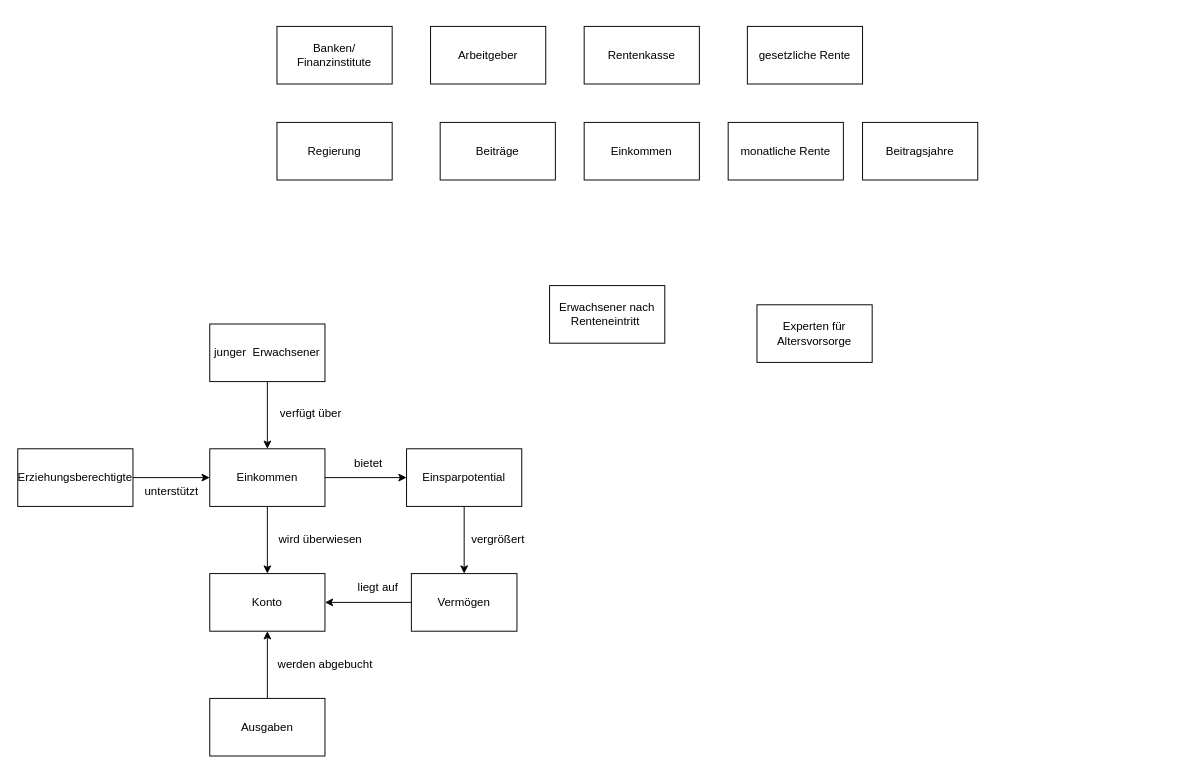
Above: page "Seite-1" (1 of 2) of Unbenanntes Diagramm.drawio in HendrikRunde/EPWS2324_Zellmann_Runde (draw.io), before the change. Source tidied: cells renumbered, new cells numbered last; positions are measured from the earlier drawing's top-left corner, leaving out a move shared by most shapes. Both pictures are drawn from the tidied source at 96%, with x=0, y=0 at pixel (17, 26).
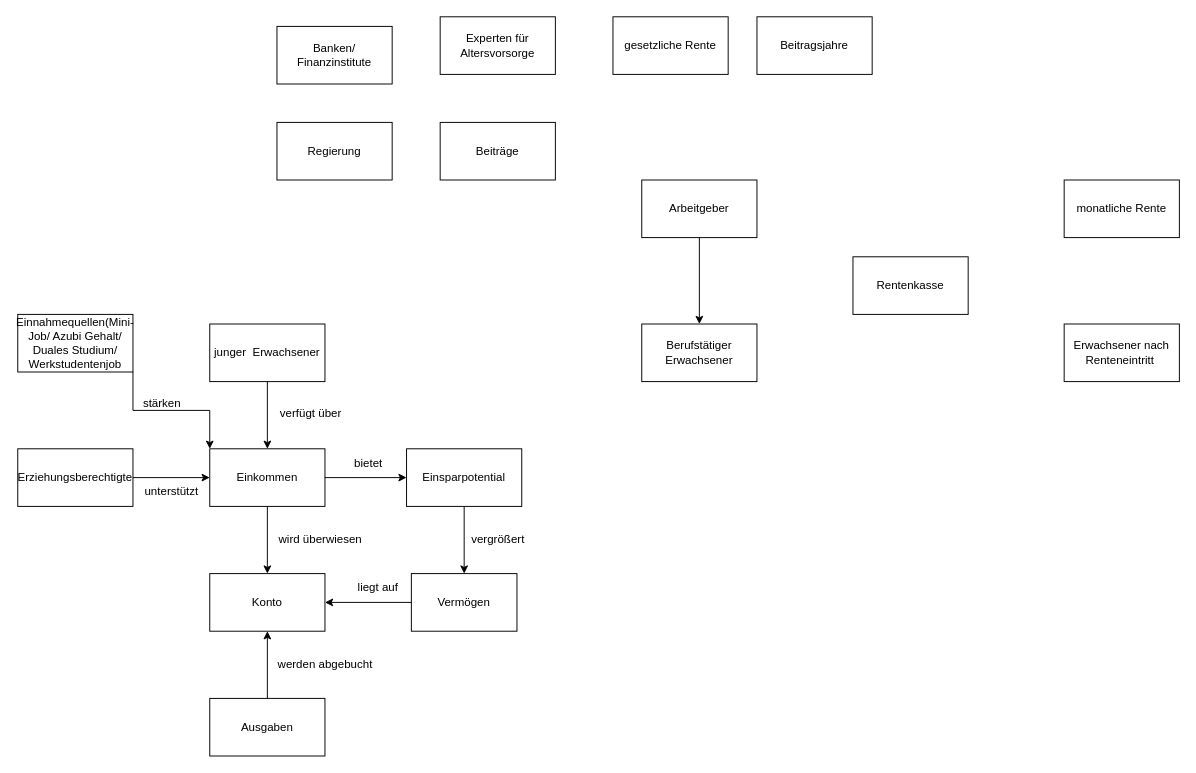
The same page after the edit.

The change refers to these unchanged cells:
```xml
<mxCell id="22" value="Einkommen" style="rounded=0;whiteSpace=wrap;html=1;" parent="1" vertex="1">
  <mxGeometry x="200" y="440" width="120" height="60" as="geometry" />
</mxCell>
```

The edit, as a diff of the source:
```diff
@@
+    <mxCell id="34" style="edgeStyle=orthogonalEdgeStyle;rounded=0;jettySize=auto;html=1;" parent="1" edge="1" source="5" target="35">
+      <mxGeometry relative="1" as="geometry" />
+    </mxCell>
     <mxCell id="5" value="Arbeitgeber" style="rounded=0;whiteSpace=wrap;html=1;" parent="1" vertex="1">
-      <mxGeometry x="430" width="120" height="60" as="geometry" />
+      <mxGeometry x="650" y="160" width="120" height="60" as="geometry" />
     </mxCell>
@@
     <mxCell id="7" value="gesetzliche Rente" style="rounded=0;whiteSpace=wrap;html=1;" parent="1" vertex="1">
-      <mxGeometry x="760" width="120" height="60" as="geometry" />
+      <mxGeometry x="620" y="-10" width="120" height="60" as="geometry" />
     </mxCell>
     <mxCell id="8" value="Rentenkasse" style="rounded=0;whiteSpace=wrap;html=1;" parent="1" vertex="1">
-      <mxGeometry x="590" width="120" height="60" as="geometry" />
+      <mxGeometry x="870" y="240" width="120" height="60" as="geometry" />
     </mxCell>
@@
     <mxCell id="10" value="monatliche Rente" style="rounded=0;whiteSpace=wrap;html=1;" parent="1" vertex="1">
-      <mxGeometry x="740" y="100" width="120" height="60" as="geometry" />
+      <mxGeometry x="1090" y="160" width="120" height="60" as="geometry" />
     </mxCell>
-    <mxCell id="11" value="Einkommen" style="rounded=0;whiteSpace=wrap;html=1;" parent="1" vertex="1">
-      <mxGeometry x="590" y="100" width="120" height="60" as="geometry" />
-    </mxCell>
     <mxCell id="12" value="Beitragsjahre" style="rounded=0;whiteSpace=wrap;html=1;" parent="1" vertex="1">
-      <mxGeometry x="880" y="100" width="120" height="60" as="geometry" />
+      <mxGeometry x="770" y="-10" width="120" height="60" as="geometry" />
     </mxCell>
     <mxCell id="13" value="Erwachsener nach Renteneintritt&amp;nbsp;" style="rounded=0;whiteSpace=wrap;html=1;" parent="1" vertex="1">
-      <mxGeometry x="554" y="270" width="120" height="60" as="geometry" />
+      <mxGeometry x="1090" y="310" width="120" height="60" as="geometry" />
     </mxCell>
     <mxCell id="14" value="Experten für Altersvorsorge" style="rounded=0;whiteSpace=wrap;html=1;" parent="1" vertex="1">
-      <mxGeometry x="770" y="290" width="120" height="60" as="geometry" />
+      <mxGeometry x="440" y="-10" width="120" height="60" as="geometry" />
     </mxCell>
@@
+    <mxCell id="35" value="Berufstätiger Erwachsener" style="rounded=0;whiteSpace=wrap;html=1;" parent="1" vertex="1">
+      <mxGeometry x="650" y="310" width="120" height="60" as="geometry" />
+    </mxCell>
+    <mxCell id="36" style="edgeStyle=orthogonalEdgeStyle;rounded=0;jettySize=auto;html=1;exitX=1;exitY=1;exitDx=0;exitDy=0;entryX=0;entryY=0;entryDx=0;entryDy=0;" parent="1" edge="1" source="37" target="22">
+      <mxGeometry relative="1" as="geometry" />
+    </mxCell>
+    <mxCell id="37" value="Einnahmequellen(Mini-Job/ Azubi Gehalt/ Duales Studium/ Werkstudentenjob" style="rounded=0;whiteSpace=wrap;html=1;" parent="1" vertex="1">
+      <mxGeometry y="300" width="120" height="60" as="geometry" />
+    </mxCell>
+    <mxCell id="38" value="stärken" style="text;html=1;align=center;verticalAlign=middle;strokeColor=none;fillColor=none;" parent="1" vertex="1">
+      <mxGeometry x="120" y="378" width="60" height="30" as="geometry" />
+    </mxCell>
```
